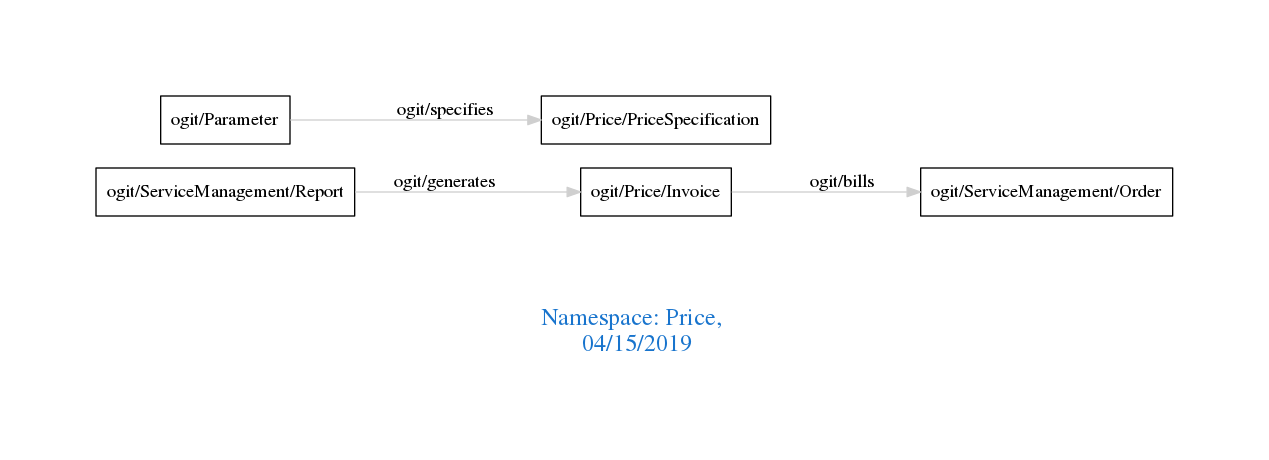
arago/OGIT keeps this Graphviz diagram as downloads/Price.png. Above is the earlier version. Its source is kept beside it as downloads/Price.dot.
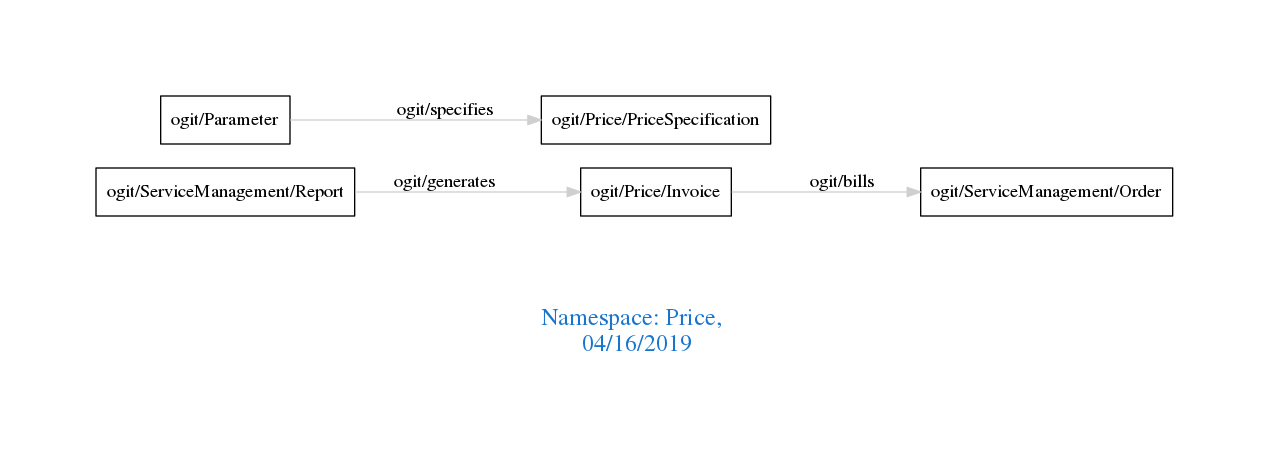
The same diagram one commit later.

Diff of the diagram source:
```diff
@@ -1,7 +1,7 @@
 digraph OGIT_ontology {
  graph [ rankdir= LR,pad=1
 fontsize = 18,
-fontcolor= dodgerblue3,label = "\n\n\nNamespace: Price, \n 04/15/2019"];
+fontcolor= dodgerblue3,label = "\n\n\nNamespace: Price, \n 04/16/2019"];
 node[shape=polygon];
 edge [  color="gray81"];
 
```
